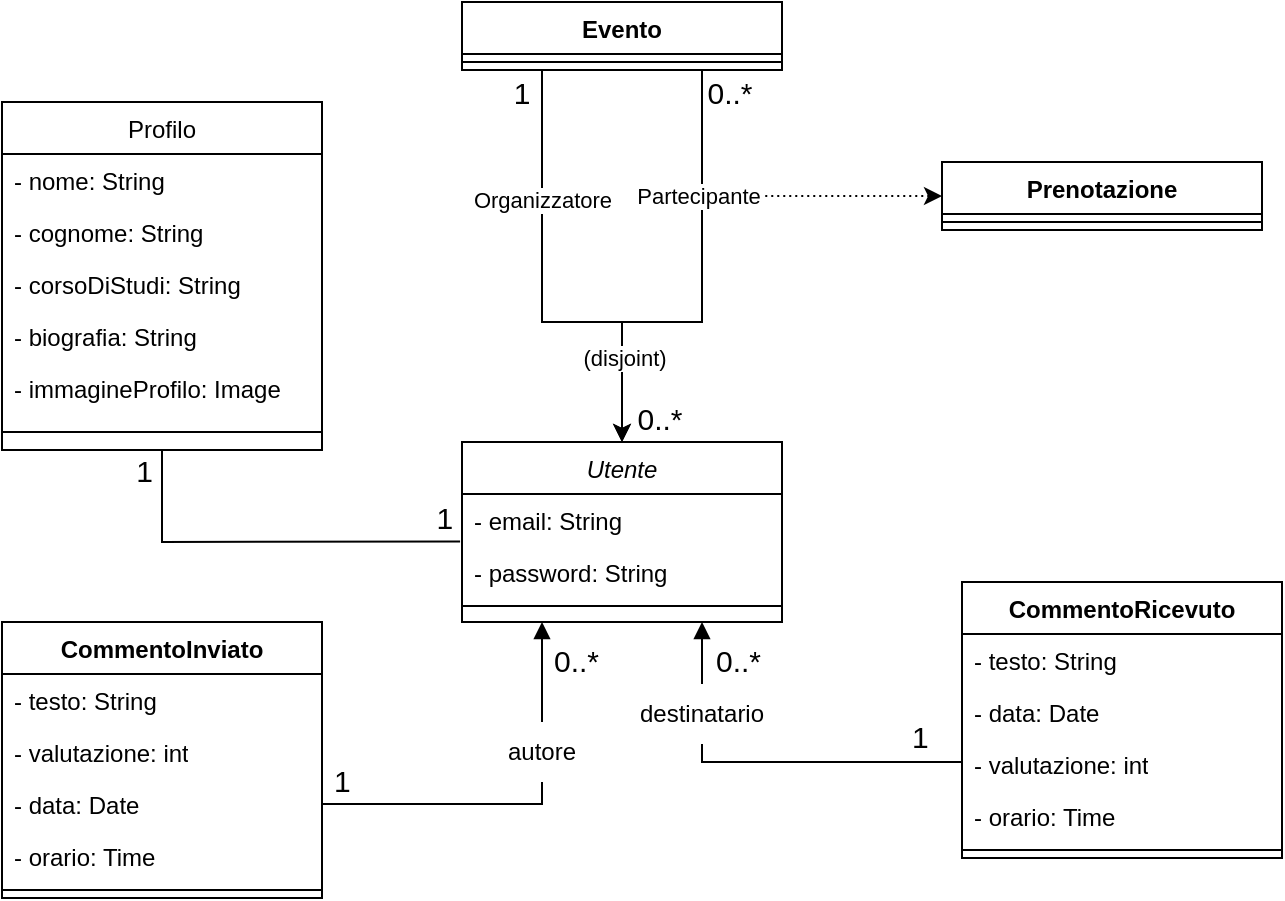
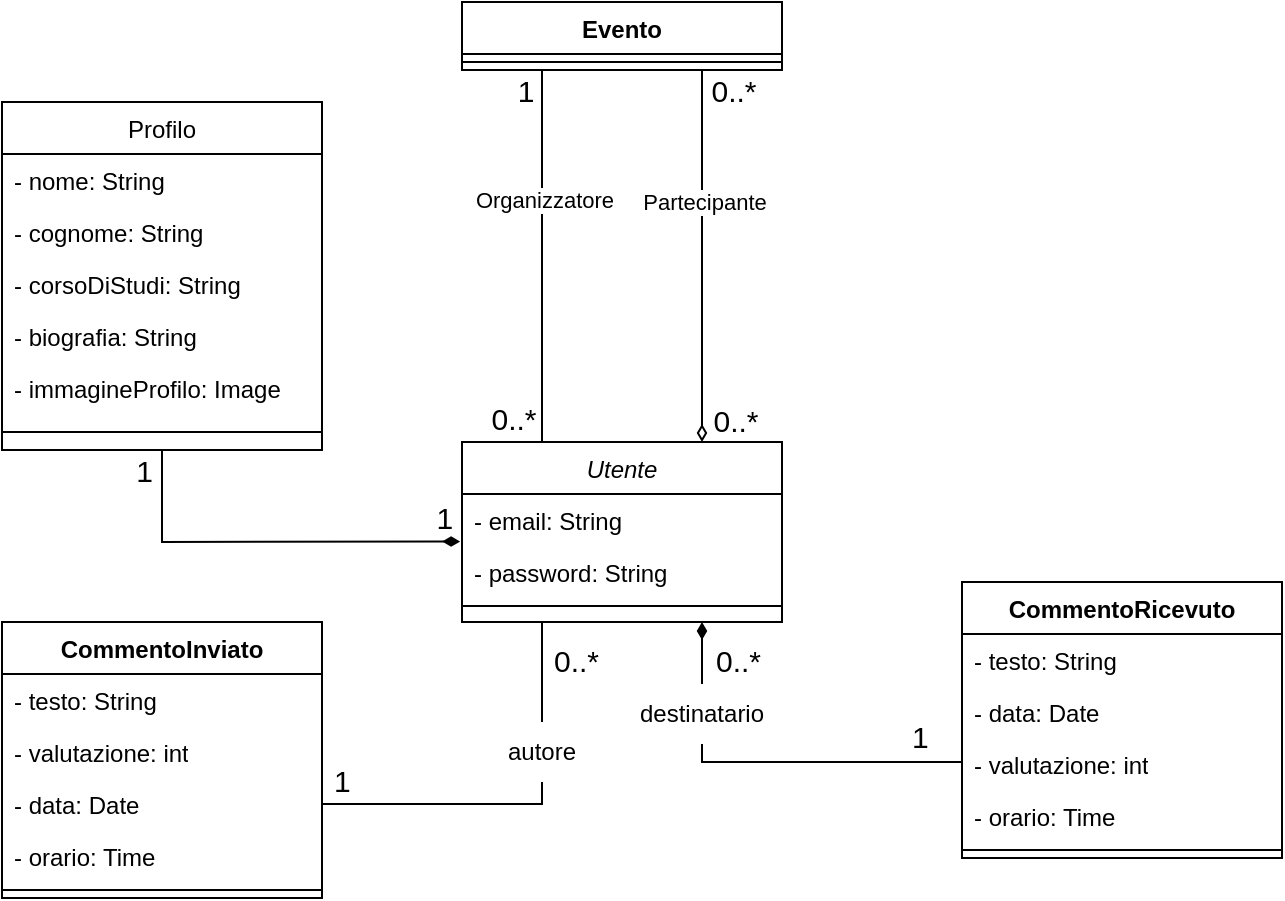
<mxfile host="app.diagrams.net">
  <diagram id="C5RBs43oDa-KdzZeNtuy" name="Page-1">
-     <mxGraphModel dx="1563" dy="1545" grid="1" gridSize="10" guides="1" tooltips="1" connect="1" arrows="1" fold="1" page="1" pageScale="1" pageWidth="827" pageHeight="1169" math="0" shadow="0">
+     <mxGraphModel dx="1528" dy="1670" grid="1" gridSize="10" guides="1" tooltips="1" connect="1" arrows="1" fold="1" page="1" pageScale="1" pageWidth="827" pageHeight="1169" math="0" shadow="0">
      <root>
        <mxCell id="WIyWlLk6GJQsqaUBKTNV-0" />
        <mxCell id="WIyWlLk6GJQsqaUBKTNV-1" parent="WIyWlLk6GJQsqaUBKTNV-0" />
        <mxCell id="zkfFHV4jXpPFQw0GAbJ--0" parent="WIyWlLk6GJQsqaUBKTNV-1" style="swimlane;fontStyle=2;align=center;verticalAlign=top;childLayout=stackLayout;horizontal=1;startSize=26;horizontalStack=0;resizeParent=1;resizeLast=0;collapsible=1;marginBottom=0;rounded=0;shadow=0;strokeWidth=1;" value="Utente" vertex="1">
          <mxGeometry height="90" width="160" x="220" y="120" as="geometry">
            <mxRectangle height="26" width="160" x="230" y="140" as="alternateBounds" />
          </mxGeometry>
        </mxCell>
        <mxCell id="zkfFHV4jXpPFQw0GAbJ--1" parent="zkfFHV4jXpPFQw0GAbJ--0" style="text;align=left;verticalAlign=top;spacingLeft=4;spacingRight=4;overflow=hidden;rotatable=0;points=[[0,0.5],[1,0.5]];portConstraint=eastwest;" value="- email: String" vertex="1">
          <mxGeometry height="26" width="160" y="26" as="geometry" />
        </mxCell>
        <mxCell id="zkfFHV4jXpPFQw0GAbJ--2" parent="zkfFHV4jXpPFQw0GAbJ--0" style="text;align=left;verticalAlign=top;spacingLeft=4;spacingRight=4;overflow=hidden;rotatable=0;points=[[0,0.5],[1,0.5]];portConstraint=eastwest;rounded=0;shadow=0;html=0;" value="- password: String" vertex="1">
          <mxGeometry height="26" width="160" y="52" as="geometry" />
        </mxCell>
        <mxCell id="zkfFHV4jXpPFQw0GAbJ--4" parent="zkfFHV4jXpPFQw0GAbJ--0" style="line;html=1;strokeWidth=1;align=left;verticalAlign=middle;spacingTop=-1;spacingLeft=3;spacingRight=3;rotatable=0;labelPosition=right;points=[];portConstraint=eastwest;" value="" vertex="1">
          <mxGeometry height="8" width="160" y="78" as="geometry" />
        </mxCell>
        <mxCell id="zkfFHV4jXpPFQw0GAbJ--17" parent="WIyWlLk6GJQsqaUBKTNV-1" style="swimlane;fontStyle=0;align=center;verticalAlign=top;childLayout=stackLayout;horizontal=1;startSize=26;horizontalStack=0;resizeParent=1;resizeLast=0;collapsible=1;marginBottom=0;rounded=0;shadow=0;strokeWidth=1;" value="Profilo" vertex="1">
          <mxGeometry height="174" width="160" x="-10" y="-50" as="geometry">
            <mxRectangle height="26" width="160" x="550" y="140" as="alternateBounds" />
          </mxGeometry>
        </mxCell>
        <mxCell id="A1KmLSKrQZBMBl_nuZv8-17" parent="zkfFHV4jXpPFQw0GAbJ--17" style="text;align=left;verticalAlign=top;spacingLeft=4;spacingRight=4;overflow=hidden;rotatable=0;points=[[0,0.5],[1,0.5]];portConstraint=eastwest;" value="- nome: String        " vertex="1">
          <mxGeometry height="26" width="160" y="26" as="geometry" />
        </mxCell>
        <mxCell id="zkfFHV4jXpPFQw0GAbJ--19" parent="zkfFHV4jXpPFQw0GAbJ--17" style="text;align=left;verticalAlign=top;spacingLeft=4;spacingRight=4;overflow=hidden;rotatable=0;points=[[0,0.5],[1,0.5]];portConstraint=eastwest;rounded=0;shadow=0;html=0;" value="- cognome: String" vertex="1">
          <mxGeometry height="26" width="160" y="52" as="geometry" />
        </mxCell>
        <mxCell id="zkfFHV4jXpPFQw0GAbJ--20" parent="zkfFHV4jXpPFQw0GAbJ--17" style="text;align=left;verticalAlign=top;spacingLeft=4;spacingRight=4;overflow=hidden;rotatable=0;points=[[0,0.5],[1,0.5]];portConstraint=eastwest;rounded=0;shadow=0;html=0;" value="- corsoDiStudi: String" vertex="1">
          <mxGeometry height="26" width="160" y="78" as="geometry" />
        </mxCell>
        <mxCell id="zkfFHV4jXpPFQw0GAbJ--21" parent="zkfFHV4jXpPFQw0GAbJ--17" style="text;align=left;verticalAlign=top;spacingLeft=4;spacingRight=4;overflow=hidden;rotatable=0;points=[[0,0.5],[1,0.5]];portConstraint=eastwest;rounded=0;shadow=0;html=0;" value="- biografia: String" vertex="1">
          <mxGeometry height="26" width="160" y="104" as="geometry" />
        </mxCell>
        <mxCell id="zkfFHV4jXpPFQw0GAbJ--22" parent="zkfFHV4jXpPFQw0GAbJ--17" style="text;align=left;verticalAlign=top;spacingLeft=4;spacingRight=4;overflow=hidden;rotatable=0;points=[[0,0.5],[1,0.5]];portConstraint=eastwest;rounded=0;shadow=0;html=0;" value="- immagineProfilo: Image" vertex="1">
          <mxGeometry height="26" width="160" y="130" as="geometry" />
        </mxCell>
        <mxCell id="zkfFHV4jXpPFQw0GAbJ--23" parent="zkfFHV4jXpPFQw0GAbJ--17" style="line;html=1;strokeWidth=1;align=left;verticalAlign=middle;spacingTop=-1;spacingLeft=3;spacingRight=3;rotatable=0;labelPosition=right;points=[];portConstraint=eastwest;" value="" vertex="1">
          <mxGeometry height="18" width="160" y="156" as="geometry" />
        </mxCell>
-         <mxCell id="zkfFHV4jXpPFQw0GAbJ--26" edge="1" parent="WIyWlLk6GJQsqaUBKTNV-1" source="zkfFHV4jXpPFQw0GAbJ--2" style="endArrow=none;shadow=0;strokeWidth=1;rounded=0;curved=0;endFill=0;edgeStyle=elbowEdgeStyle;elbow=vertical;exitX=-0.006;exitY=-0.085;exitDx=0;exitDy=0;exitPerimeter=0;" target="zkfFHV4jXpPFQw0GAbJ--17" value="">
+         <mxCell id="zkfFHV4jXpPFQw0GAbJ--26" edge="1" parent="WIyWlLk6GJQsqaUBKTNV-1" source="zkfFHV4jXpPFQw0GAbJ--2" style="endArrow=none;shadow=0;strokeWidth=1;rounded=0;curved=0;endFill=0;edgeStyle=elbowEdgeStyle;elbow=vertical;exitX=-0.006;exitY=-0.085;exitDx=0;exitDy=0;exitPerimeter=0;startArrow=diamondThin;startFill=1;" target="zkfFHV4jXpPFQw0GAbJ--17" value="">
          <mxGeometry relative="1" x="0.5" y="41" as="geometry">
            <mxPoint x="-40" y="32" as="offset" />
            <Array as="points">
              <mxPoint x="70" y="170" />
            </Array>
            <mxPoint x="380" y="192" as="sourcePoint" />
            <mxPoint x="540" y="192" as="targetPoint" />
          </mxGeometry>
        </mxCell>
        <mxCell id="zkfFHV4jXpPFQw0GAbJ--27" connectable="0" parent="zkfFHV4jXpPFQw0GAbJ--26" style="resizable=0;align=left;verticalAlign=bottom;labelBackgroundColor=none;fontSize=15;" value="1" vertex="1">
          <mxGeometry relative="1" x="-1" as="geometry">
            <mxPoint x="-14" y="-2" as="offset" />
          </mxGeometry>
        </mxCell>
        <mxCell id="zkfFHV4jXpPFQw0GAbJ--28" connectable="0" parent="zkfFHV4jXpPFQw0GAbJ--26" style="resizable=0;align=right;verticalAlign=bottom;labelBackgroundColor=none;fontSize=15;" value="1" vertex="1">
          <mxGeometry relative="1" x="1" as="geometry">
            <mxPoint x="-3" y="20" as="offset" />
          </mxGeometry>
        </mxCell>
-         <mxCell id="A1KmLSKrQZBMBl_nuZv8-25" edge="1" parent="WIyWlLk6GJQsqaUBKTNV-1" source="A1KmLSKrQZBMBl_nuZv8-31" style="endArrow=block;endFill=1;html=1;edgeStyle=orthogonalEdgeStyle;align=left;verticalAlign=top;rounded=0;entryX=0.25;entryY=1;entryDx=0;entryDy=0;" target="zkfFHV4jXpPFQw0GAbJ--0" value="">
+         <mxCell id="A1KmLSKrQZBMBl_nuZv8-25" edge="1" parent="WIyWlLk6GJQsqaUBKTNV-1" source="A1KmLSKrQZBMBl_nuZv8-31" style="endArrow=none;endFill=0;html=1;edgeStyle=orthogonalEdgeStyle;align=left;verticalAlign=top;rounded=0;entryX=0.25;entryY=1;entryDx=0;entryDy=0;" target="zkfFHV4jXpPFQw0GAbJ--0" value="">
          <mxGeometry relative="1" x="-1" as="geometry">
            <mxPoint x="240" y="300" as="sourcePoint" />
            <mxPoint x="400" y="300" as="targetPoint" />
          </mxGeometry>
        </mxCell>
        <mxCell id="A1KmLSKrQZBMBl_nuZv8-28" connectable="0" parent="WIyWlLk6GJQsqaUBKTNV-1" style="edgeLabel;resizable=0;html=1;align=left;verticalAlign=bottom;" value="&lt;font style=&quot;font-size: 15px;&quot;&gt;0..*&lt;/font&gt;" vertex="1">
          <mxGeometry x="264" y="240" as="geometry" />
        </mxCell>
-         <mxCell id="A1KmLSKrQZBMBl_nuZv8-33" edge="1" parent="WIyWlLk6GJQsqaUBKTNV-1" source="A1KmLSKrQZBMBl_nuZv8-36" style="endArrow=block;endFill=1;html=1;edgeStyle=orthogonalEdgeStyle;align=left;verticalAlign=top;rounded=0;exitX=0.5;exitY=0;exitDx=0;exitDy=0;entryX=0.75;entryY=1;entryDx=0;entryDy=0;" target="zkfFHV4jXpPFQw0GAbJ--0" value="">
+         <mxCell id="A1KmLSKrQZBMBl_nuZv8-33" edge="1" parent="WIyWlLk6GJQsqaUBKTNV-1" source="A1KmLSKrQZBMBl_nuZv8-36" style="endArrow=diamondThin;endFill=1;html=1;edgeStyle=orthogonalEdgeStyle;align=left;verticalAlign=top;rounded=0;exitX=0.5;exitY=0;exitDx=0;exitDy=0;entryX=0.75;entryY=1;entryDx=0;entryDy=0;" target="zkfFHV4jXpPFQw0GAbJ--0" value="">
          <mxGeometry relative="1" x="-1" as="geometry">
            <mxPoint x="341" y="340" as="sourcePoint" />
            <mxPoint x="341" y="220" as="targetPoint" />
          </mxGeometry>
        </mxCell>
        <mxCell id="A1KmLSKrQZBMBl_nuZv8-35" connectable="0" parent="WIyWlLk6GJQsqaUBKTNV-1" style="edgeLabel;resizable=0;html=1;align=left;verticalAlign=bottom;fontSize=15;" value="0..*" vertex="1">
          <mxGeometry x="345" y="240" as="geometry" />
        </mxCell>
+         <mxCell id="GpRWifS4k4ReUhqPgFql-1" edge="1" parent="WIyWlLk6GJQsqaUBKTNV-1" source="A1KmLSKrQZBMBl_nuZv8-37" style="edgeStyle=orthogonalEdgeStyle;rounded=0;orthogonalLoop=1;jettySize=auto;html=1;exitX=0.75;exitY=1;exitDx=0;exitDy=0;entryX=0.75;entryY=0;entryDx=0;entryDy=0;endArrow=diamondThin;endFill=0;" target="zkfFHV4jXpPFQw0GAbJ--0">
+           <mxGeometry relative="1" as="geometry" />
+         </mxCell>
+         <mxCell id="GpRWifS4k4ReUhqPgFql-2" connectable="0" parent="GpRWifS4k4ReUhqPgFql-1" style="edgeLabel;html=1;align=center;verticalAlign=middle;resizable=0;points=[];" value="Partecipante" vertex="1">
+           <mxGeometry relative="1" x="-0.2943" y="-1" as="geometry">
+             <mxPoint x="2" as="offset" />
+           </mxGeometry>
+         </mxCell>
        <mxCell id="A1KmLSKrQZBMBl_nuZv8-37" parent="WIyWlLk6GJQsqaUBKTNV-1" style="swimlane;fontStyle=1;align=center;verticalAlign=top;childLayout=stackLayout;horizontal=1;startSize=26;horizontalStack=0;resizeParent=1;resizeParentMax=0;resizeLast=0;collapsible=1;marginBottom=0;whiteSpace=wrap;html=1;" value="Evento" vertex="1">
          <mxGeometry height="34" width="160" x="220" y="-100" as="geometry" />
        </mxCell>
        <mxCell id="A1KmLSKrQZBMBl_nuZv8-39" parent="A1KmLSKrQZBMBl_nuZv8-37" style="line;strokeWidth=1;fillColor=none;align=left;verticalAlign=middle;spacingTop=-1;spacingLeft=3;spacingRight=3;rotatable=0;labelPosition=right;points=[];portConstraint=eastwest;strokeColor=inherit;" value="" vertex="1">
-           <mxGeometry height="8" width="160" y="26" as="geometry" />
-         </mxCell>
-         <mxCell id="sJ1sH7wyjwEBY0EeLs8f-31" edge="1" parent="WIyWlLk6GJQsqaUBKTNV-1" source="A1KmLSKrQZBMBl_nuZv8-41" style="edgeStyle=orthogonalEdgeStyle;rounded=0;orthogonalLoop=1;jettySize=auto;html=1;exitX=0;exitY=0.5;exitDx=0;exitDy=0;endArrow=none;endFill=0;startArrow=classic;startFill=1;dashed=1;dashPattern=1 2;">
-           <mxGeometry relative="1" as="geometry">
-             <mxPoint x="370" y="-3" as="targetPoint" />
-           </mxGeometry>
-         </mxCell>
-         <mxCell id="A1KmLSKrQZBMBl_nuZv8-41" parent="WIyWlLk6GJQsqaUBKTNV-1" style="swimlane;fontStyle=1;align=center;verticalAlign=top;childLayout=stackLayout;horizontal=1;startSize=26;horizontalStack=0;resizeParent=1;resizeParentMax=0;resizeLast=0;collapsible=1;marginBottom=0;whiteSpace=wrap;html=1;" value="Prenotazione" vertex="1">
-           <mxGeometry height="34" width="160" x="460" y="-20" as="geometry" />
-         </mxCell>
-         <mxCell id="A1KmLSKrQZBMBl_nuZv8-43" parent="A1KmLSKrQZBMBl_nuZv8-41" style="line;strokeWidth=1;fillColor=none;align=left;verticalAlign=middle;spacingTop=-1;spacingLeft=3;spacingRight=3;rotatable=0;labelPosition=right;points=[];portConstraint=eastwest;strokeColor=inherit;" value="" vertex="1">
          <mxGeometry height="8" width="160" y="26" as="geometry" />
        </mxCell>
        <mxCell id="A1KmLSKrQZBMBl_nuZv8-61" edge="1" parent="WIyWlLk6GJQsqaUBKTNV-1" style="endArrow=none;endFill=0;html=1;edgeStyle=orthogonalEdgeStyle;align=left;verticalAlign=top;rounded=0;exitX=0;exitY=0.5;exitDx=0;exitDy=0;entryX=0.5;entryY=1;entryDx=0;entryDy=0;" value="">
          <mxGeometry relative="1" x="-1" as="geometry">
            <Array as="points">
              <mxPoint x="470" y="280" />
              <mxPoint x="340" y="280" />
            </Array>
            <mxPoint x="470" y="281" as="sourcePoint" />
            <mxPoint x="340" y="271" as="targetPoint" />
          </mxGeometry>
        </mxCell>
        <mxCell id="A1KmLSKrQZBMBl_nuZv8-62" connectable="0" parent="A1KmLSKrQZBMBl_nuZv8-61" style="edgeLabel;resizable=0;html=1;align=left;verticalAlign=bottom;" value="&lt;font style=&quot;font-size: 15px;&quot;&gt;1&lt;/font&gt;" vertex="1">
          <mxGeometry relative="1" x="-1" as="geometry">
            <mxPoint x="-27" y="-3" as="offset" />
          </mxGeometry>
        </mxCell>
        <mxCell id="A1KmLSKrQZBMBl_nuZv8-36" parent="WIyWlLk6GJQsqaUBKTNV-1" style="text;html=1;whiteSpace=wrap;strokeColor=none;fillColor=none;align=center;verticalAlign=middle;rounded=0;" value="destinatario" vertex="1">
          <mxGeometry height="30" width="60" x="310" y="241" as="geometry" />
        </mxCell>
        <mxCell id="A1KmLSKrQZBMBl_nuZv8-63" edge="1" parent="WIyWlLk6GJQsqaUBKTNV-1" source="sJ1sH7wyjwEBY0EeLs8f-15" style="endArrow=none;endFill=0;html=1;edgeStyle=orthogonalEdgeStyle;align=left;verticalAlign=top;rounded=0;exitX=1;exitY=0.5;exitDx=0;exitDy=0;entryX=0.5;entryY=1;entryDx=0;entryDy=0;" target="A1KmLSKrQZBMBl_nuZv8-31" value="">
          <mxGeometry relative="1" x="-1" as="geometry">
            <mxPoint x="260" y="360" as="sourcePoint" />
            <mxPoint x="260" y="210" as="targetPoint" />
          </mxGeometry>
        </mxCell>
        <mxCell id="A1KmLSKrQZBMBl_nuZv8-64" connectable="0" parent="A1KmLSKrQZBMBl_nuZv8-63" style="edgeLabel;resizable=0;html=1;align=left;verticalAlign=bottom;fontSize=15;" value="1" vertex="1">
          <mxGeometry relative="1" x="-1" as="geometry">
            <mxPoint x="4" y="-1" as="offset" />
          </mxGeometry>
        </mxCell>
        <mxCell id="A1KmLSKrQZBMBl_nuZv8-31" parent="WIyWlLk6GJQsqaUBKTNV-1" style="text;html=1;whiteSpace=wrap;strokeColor=none;fillColor=none;align=center;verticalAlign=middle;rounded=0;" value="autore" vertex="1">
          <mxGeometry height="30" width="60" x="230" y="260" as="geometry" />
        </mxCell>
        <mxCell id="sJ1sH7wyjwEBY0EeLs8f-8" parent="WIyWlLk6GJQsqaUBKTNV-1" style="swimlane;fontStyle=1;align=center;verticalAlign=top;childLayout=stackLayout;horizontal=1;startSize=26;horizontalStack=0;resizeParent=1;resizeParentMax=0;resizeLast=0;collapsible=1;marginBottom=0;whiteSpace=wrap;html=1;" value="CommentoInviato" vertex="1">
          <mxGeometry height="138" width="160" x="-10" y="210" as="geometry" />
        </mxCell>
        <mxCell id="sJ1sH7wyjwEBY0EeLs8f-9" parent="sJ1sH7wyjwEBY0EeLs8f-8" style="text;strokeColor=none;fillColor=none;align=left;verticalAlign=top;spacingLeft=4;spacingRight=4;overflow=hidden;rotatable=0;points=[[0,0.5],[1,0.5]];portConstraint=eastwest;whiteSpace=wrap;html=1;" value="- testo: String" vertex="1">
          <mxGeometry height="26" width="160" y="26" as="geometry" />
        </mxCell>
        <mxCell id="sJ1sH7wyjwEBY0EeLs8f-14" parent="sJ1sH7wyjwEBY0EeLs8f-8" style="text;strokeColor=none;fillColor=none;align=left;verticalAlign=top;spacingLeft=4;spacingRight=4;overflow=hidden;rotatable=0;points=[[0,0.5],[1,0.5]];portConstraint=eastwest;whiteSpace=wrap;html=1;" value="- valutazione: int" vertex="1">
          <mxGeometry height="26" width="160" y="52" as="geometry" />
        </mxCell>
        <mxCell id="sJ1sH7wyjwEBY0EeLs8f-15" parent="sJ1sH7wyjwEBY0EeLs8f-8" style="text;strokeColor=none;fillColor=none;align=left;verticalAlign=top;spacingLeft=4;spacingRight=4;overflow=hidden;rotatable=0;points=[[0,0.5],[1,0.5]];portConstraint=eastwest;whiteSpace=wrap;html=1;" value="- data: Date" vertex="1">
          <mxGeometry height="26" width="160" y="78" as="geometry" />
        </mxCell>
        <mxCell id="sJ1sH7wyjwEBY0EeLs8f-16" parent="sJ1sH7wyjwEBY0EeLs8f-8" style="text;strokeColor=none;fillColor=none;align=left;verticalAlign=top;spacingLeft=4;spacingRight=4;overflow=hidden;rotatable=0;points=[[0,0.5],[1,0.5]];portConstraint=eastwest;whiteSpace=wrap;html=1;" value="- orario: Time" vertex="1">
          <mxGeometry height="26" width="160" y="104" as="geometry" />
        </mxCell>
        <mxCell id="sJ1sH7wyjwEBY0EeLs8f-10" parent="sJ1sH7wyjwEBY0EeLs8f-8" style="line;strokeWidth=1;fillColor=none;align=left;verticalAlign=middle;spacingTop=-1;spacingLeft=3;spacingRight=3;rotatable=0;labelPosition=right;points=[];portConstraint=eastwest;strokeColor=inherit;" value="" vertex="1">
          <mxGeometry height="8" width="160" y="130" as="geometry" />
        </mxCell>
        <mxCell id="sJ1sH7wyjwEBY0EeLs8f-17" parent="WIyWlLk6GJQsqaUBKTNV-1" style="swimlane;fontStyle=1;align=center;verticalAlign=top;childLayout=stackLayout;horizontal=1;startSize=26;horizontalStack=0;resizeParent=1;resizeParentMax=0;resizeLast=0;collapsible=1;marginBottom=0;whiteSpace=wrap;html=1;" value="CommentoRicevuto" vertex="1">
          <mxGeometry height="138" width="160" x="470" y="190" as="geometry" />
        </mxCell>
        <mxCell id="sJ1sH7wyjwEBY0EeLs8f-18" parent="sJ1sH7wyjwEBY0EeLs8f-17" style="text;strokeColor=none;fillColor=none;align=left;verticalAlign=top;spacingLeft=4;spacingRight=4;overflow=hidden;rotatable=0;points=[[0,0.5],[1,0.5]];portConstraint=eastwest;whiteSpace=wrap;html=1;" value="- testo: String" vertex="1">
          <mxGeometry height="26" width="160" y="26" as="geometry" />
        </mxCell>
        <mxCell id="sJ1sH7wyjwEBY0EeLs8f-20" parent="sJ1sH7wyjwEBY0EeLs8f-17" style="text;strokeColor=none;fillColor=none;align=left;verticalAlign=top;spacingLeft=4;spacingRight=4;overflow=hidden;rotatable=0;points=[[0,0.5],[1,0.5]];portConstraint=eastwest;whiteSpace=wrap;html=1;" value="- data: Date" vertex="1">
          <mxGeometry height="26" width="160" y="52" as="geometry" />
        </mxCell>
        <mxCell id="sJ1sH7wyjwEBY0EeLs8f-19" parent="sJ1sH7wyjwEBY0EeLs8f-17" style="text;strokeColor=none;fillColor=none;align=left;verticalAlign=top;spacingLeft=4;spacingRight=4;overflow=hidden;rotatable=0;points=[[0,0.5],[1,0.5]];portConstraint=eastwest;whiteSpace=wrap;html=1;" value="- valutazione: int" vertex="1">
          <mxGeometry height="26" width="160" y="78" as="geometry" />
        </mxCell>
        <mxCell id="sJ1sH7wyjwEBY0EeLs8f-21" parent="sJ1sH7wyjwEBY0EeLs8f-17" style="text;strokeColor=none;fillColor=none;align=left;verticalAlign=top;spacingLeft=4;spacingRight=4;overflow=hidden;rotatable=0;points=[[0,0.5],[1,0.5]];portConstraint=eastwest;whiteSpace=wrap;html=1;" value="- orario: Time" vertex="1">
          <mxGeometry height="26" width="160" y="104" as="geometry" />
        </mxCell>
        <mxCell id="sJ1sH7wyjwEBY0EeLs8f-22" parent="sJ1sH7wyjwEBY0EeLs8f-17" style="line;strokeWidth=1;fillColor=none;align=left;verticalAlign=middle;spacingTop=-1;spacingLeft=3;spacingRight=3;rotatable=0;labelPosition=right;points=[];portConstraint=eastwest;strokeColor=inherit;" value="" vertex="1">
          <mxGeometry height="8" width="160" y="130" as="geometry" />
        </mxCell>
        <mxCell id="sJ1sH7wyjwEBY0EeLs8f-27" connectable="0" parent="WIyWlLk6GJQsqaUBKTNV-1" style="group" value="" vertex="1">
          <mxGeometry height="93" width="40" x="300" y="27" as="geometry" />
        </mxCell>
-         <mxCell id="sJ1sH7wyjwEBY0EeLs8f-25" edge="1" parent="sJ1sH7wyjwEBY0EeLs8f-27" source="A1KmLSKrQZBMBl_nuZv8-37" style="edgeStyle=orthogonalEdgeStyle;rounded=0;orthogonalLoop=1;jettySize=auto;html=1;exitX=0.25;exitY=1;exitDx=0;exitDy=0;entryX=0.5;entryY=0;entryDx=0;entryDy=0;" target="zkfFHV4jXpPFQw0GAbJ--0">
+         <mxCell id="sJ1sH7wyjwEBY0EeLs8f-25" edge="1" parent="sJ1sH7wyjwEBY0EeLs8f-27" source="A1KmLSKrQZBMBl_nuZv8-37" style="edgeStyle=orthogonalEdgeStyle;rounded=0;orthogonalLoop=1;jettySize=auto;html=1;exitX=0.25;exitY=1;exitDx=0;exitDy=0;entryX=0.5;entryY=0;entryDx=0;entryDy=0;endArrow=none;endFill=0;" target="zkfFHV4jXpPFQw0GAbJ--0">
          <mxGeometry relative="1" as="geometry">
            <Array as="points">
-               <mxPoint x="-40" y="33" />
-               <mxPoint y="33" />
+               <mxPoint x="-40" y="93" />
            </Array>
          </mxGeometry>
        </mxCell>
        <mxCell id="sJ1sH7wyjwEBY0EeLs8f-28" connectable="0" parent="sJ1sH7wyjwEBY0EeLs8f-25" style="edgeLabel;html=1;align=center;verticalAlign=middle;resizable=0;points=[];" value="Organizzatore" vertex="1">
          <mxGeometry relative="1" x="-0.4297" as="geometry">
-             <mxPoint as="offset" />
-           </mxGeometry>
-         </mxCell>
-         <mxCell id="sJ1sH7wyjwEBY0EeLs8f-26" edge="1" parent="sJ1sH7wyjwEBY0EeLs8f-27" source="A1KmLSKrQZBMBl_nuZv8-37" style="edgeStyle=orthogonalEdgeStyle;rounded=0;orthogonalLoop=1;jettySize=auto;html=1;exitX=0.75;exitY=1;exitDx=0;exitDy=0;">
-           <mxGeometry relative="1" as="geometry">
-             <Array as="points">
-               <mxPoint x="40" y="33" />
-               <mxPoint y="33" />
-             </Array>
-             <mxPoint y="93" as="targetPoint" />
-           </mxGeometry>
-         </mxCell>
-         <mxCell id="sJ1sH7wyjwEBY0EeLs8f-29" connectable="0" parent="sJ1sH7wyjwEBY0EeLs8f-26" style="edgeLabel;html=1;align=center;verticalAlign=middle;resizable=0;points=[];" value="Partecipante" vertex="1">
-           <mxGeometry relative="1" x="-0.4439" y="-2" as="geometry">
-             <mxPoint as="offset" />
-           </mxGeometry>
-         </mxCell>
-         <mxCell id="sJ1sH7wyjwEBY0EeLs8f-30" connectable="0" parent="sJ1sH7wyjwEBY0EeLs8f-26" style="edgeLabel;html=1;align=center;verticalAlign=middle;resizable=0;points=[];" value="(disjoint)" vertex="1">
-           <mxGeometry relative="1" x="0.7101" y="1" as="geometry">
-             <mxPoint y="-9" as="offset" />
+             <mxPoint x="1" as="offset" />
          </mxGeometry>
        </mxCell>
        <mxCell id="sJ1sH7wyjwEBY0EeLs8f-32" parent="WIyWlLk6GJQsqaUBKTNV-1" style="text;html=1;whiteSpace=wrap;strokeColor=none;fillColor=none;align=center;verticalAlign=middle;rounded=0;" value="&lt;font style=&quot;font-size: 15px;&quot;&gt;1&lt;/font&gt;" vertex="1">
-           <mxGeometry height="30" width="60" x="220" y="-70" as="geometry" />
+           <mxGeometry height="30" width="60" x="222" y="-71" as="geometry" />
        </mxCell>
        <mxCell id="sJ1sH7wyjwEBY0EeLs8f-33" parent="WIyWlLk6GJQsqaUBKTNV-1" style="text;html=1;whiteSpace=wrap;strokeColor=none;fillColor=none;align=center;verticalAlign=middle;rounded=0;" value="&lt;font style=&quot;font-size: 15px;&quot;&gt;0..*&lt;/font&gt;" vertex="1">
-           <mxGeometry height="30" width="60" x="324" y="-70" as="geometry" />
+           <mxGeometry height="30" width="60" x="326" y="-71" as="geometry" />
        </mxCell>
        <mxCell id="sJ1sH7wyjwEBY0EeLs8f-34" parent="WIyWlLk6GJQsqaUBKTNV-1" style="text;html=1;whiteSpace=wrap;strokeColor=none;fillColor=none;align=center;verticalAlign=middle;rounded=0;" value="&lt;font style=&quot;font-size: 15px;&quot;&gt;0..*&lt;/font&gt;" vertex="1">
-           <mxGeometry height="30" width="60" x="289" y="93" as="geometry" />
+           <mxGeometry height="30" width="60" x="216" y="93" as="geometry" />
+         </mxCell>
+         <mxCell id="GpRWifS4k4ReUhqPgFql-0" parent="WIyWlLk6GJQsqaUBKTNV-1" style="text;html=1;whiteSpace=wrap;strokeColor=none;fillColor=none;align=center;verticalAlign=middle;rounded=0;" value="&lt;font style=&quot;font-size: 15px;&quot;&gt;0..*&lt;/font&gt;" vertex="1">
+           <mxGeometry height="30" width="60" x="327" y="94" as="geometry" />
        </mxCell>
      </root>
    </mxGraphModel>
  </diagram>
</mxfile>
